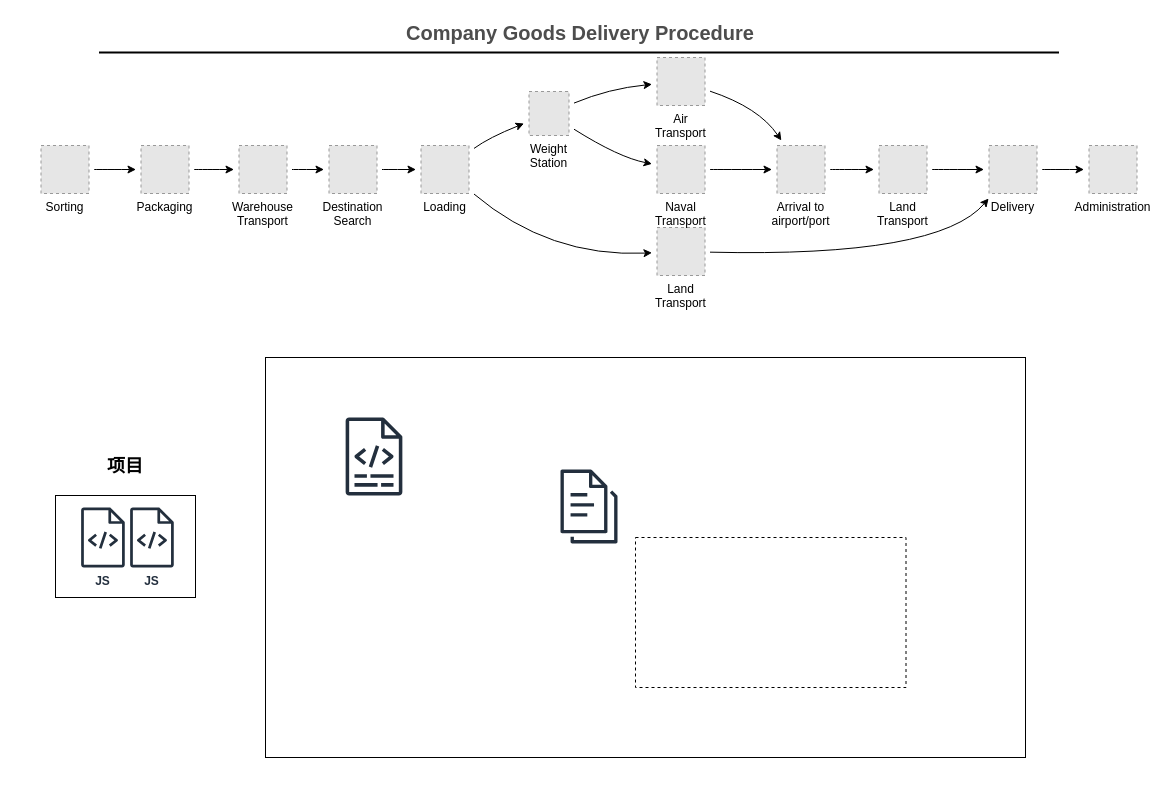
Above: images/未命名绘图.drawio in DramaAaron/DramaAaron.github.io (draw.io), before the change. Source tidied: cells renumbered, new cells numbered last; positions are measured from the earlier drawing's top-left corner, leaving out a move shared by most shapes. Both pictures are drawn from the tidied source at 100%, with x=0, y=0 at pixel (41, 17). Pictures stored in the file or linked from it are replaced by grey dashed boxes.
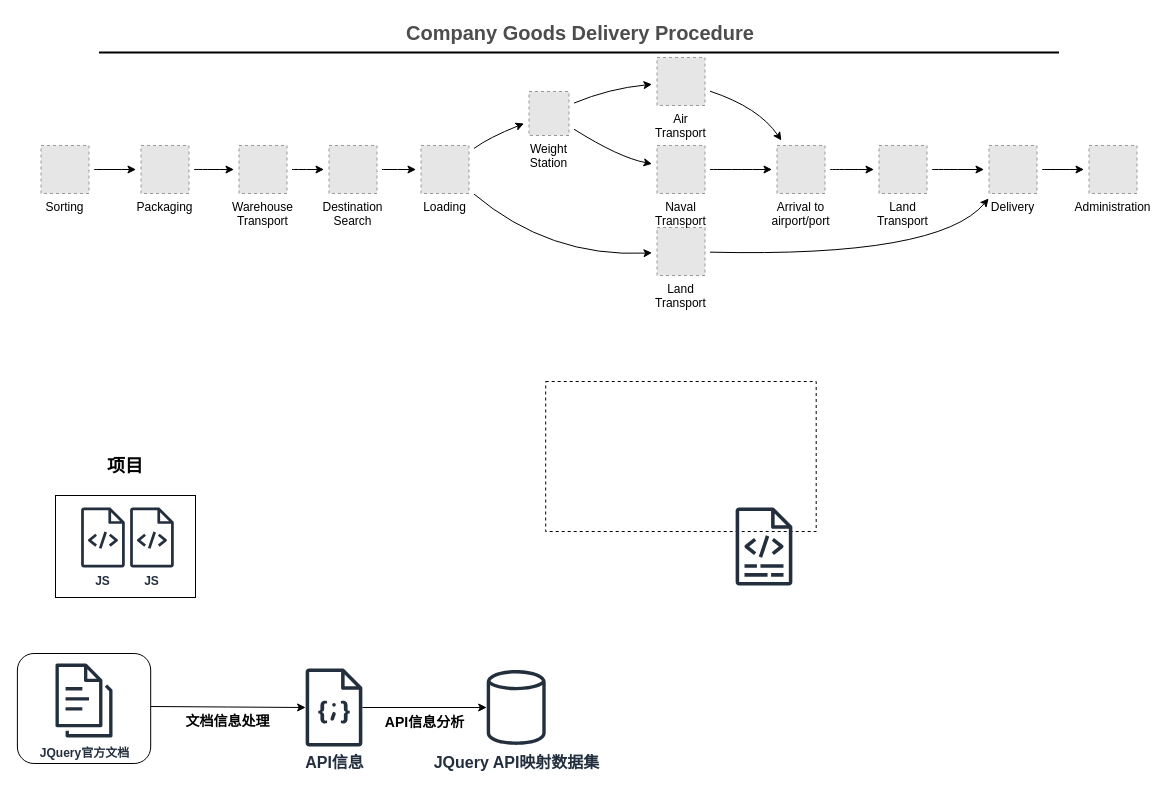
After the change.

Commit message (it also covers changes not shown here):
更新未命名绘图.drawio

What changed in the source:
```diff
@@
-    <mxCell id="2" style="rounded=0;whiteSpace=wrap;html=1;" parent="1" vertex="1">
-      <mxGeometry x="224" y="340" width="760" height="400" as="geometry" />
-    </mxCell>
@@
     <mxCell id="4" style="rounded=0;whiteSpace=wrap;html=1;dashed=1;" parent="1" vertex="1">
-      <mxGeometry x="594" y="520" width="270.5" height="150" as="geometry" />
+      <mxGeometry x="504.2" y="364" width="270.5" height="150" as="geometry" />
     </mxCell>
@@
     <mxCell id="34" style="sketch=0;fontColor=#232F3E;gradientColor=none;fillColor=#232F3D;strokeColor=none;dashed=0;verticalLabelPosition=bottom;verticalAlign=top;align=center;html=1;fontSize=12;fontStyle=0;shape=mxgraph.aws4.logs;" parent="1" vertex="1">
-      <mxGeometry x="304" y="400" width="57" height="78" as="geometry" />
+      <mxGeometry x="694" y="490" width="57" height="78" as="geometry" />
     </mxCell>
@@
+    <mxCell id="38" value="文档信息处理" style="edgeStyle=orthogonalEdgeStyle;rounded=0;jettySize=auto;html=1;fontSize=14;fontStyle=1;labelPosition=center;verticalLabelPosition=bottom;align=center;verticalAlign=top;" parent="1" edge="1" target="42">
+      <mxGeometry y="-1" relative="1" as="geometry">
+        <mxPoint x="109.1" y="689" as="sourcePoint" />
+      </mxGeometry>
+    </mxCell>
+    <mxCell id="39" style="rounded=1;whiteSpace=wrap;html=1;" parent="1" vertex="1">
+      <mxGeometry x="-24.1" y="636" width="133.3" height="110" as="geometry" />
+    </mxCell>
-    <mxCell id="36" style="sketch=0;fontColor=#232F3E;gradientColor=none;fillColor=#232F3D;strokeColor=none;dashed=0;verticalLabelPosition=bottom;verticalAlign=top;align=center;html=1;fontSize=12;fontStyle=0;shape=mxgraph.aws4.documents3;" parent="1" vertex="1">
-      <mxGeometry x="519" y="450" width="57" height="78" as="geometry" />
+    <mxCell id="36" value="JQuery官方文档" style="sketch=0;fontColor=#232F3E;gradientColor=none;fillColor=#232F3D;strokeColor=none;dashed=0;verticalLabelPosition=bottom;verticalAlign=top;align=center;html=1;fontSize=12;fontStyle=1;shape=mxgraph.aws4.documents3;" parent="1" vertex="1">
+      <mxGeometry x="14" y="644" width="57" height="78" as="geometry" />
     </mxCell>
@@
+    <mxCell id="40" value="JQuery API映射数据集" style="sketch=0;outlineConnect=0;fontColor=#232F3E;gradientColor=none;fillColor=#232F3D;strokeColor=none;dashed=0;verticalLabelPosition=bottom;verticalAlign=top;align=center;html=1;fontSize=16;fontStyle=1;shape=mxgraph.aws4.generic_database;" parent="1" vertex="1">
+      <mxGeometry x="445.2" y="651" width="59" height="78" as="geometry" />
+    </mxCell>
+    <mxCell id="41" value="API信息分析" style="edgeStyle=orthogonalEdgeStyle;rounded=0;jettySize=auto;html=1;fontStyle=1;fontSize=14;labelPosition=center;verticalLabelPosition=bottom;align=center;verticalAlign=top;" parent="1" edge="1" source="42" target="40">
+      <mxGeometry relative="1" as="geometry" />
+    </mxCell>
+    <mxCell id="42" value="API信息" style="sketch=0;outlineConnect=0;fontColor=#232F3E;gradientColor=none;fillColor=#232F3D;strokeColor=none;dashed=0;verticalLabelPosition=bottom;verticalAlign=top;align=center;html=1;fontSize=16;fontStyle=1;shape=mxgraph.aws4.json_script;" parent="1" vertex="1">
+      <mxGeometry x="264" y="651" width="57" height="78" as="geometry" />
+    </mxCell>
```
